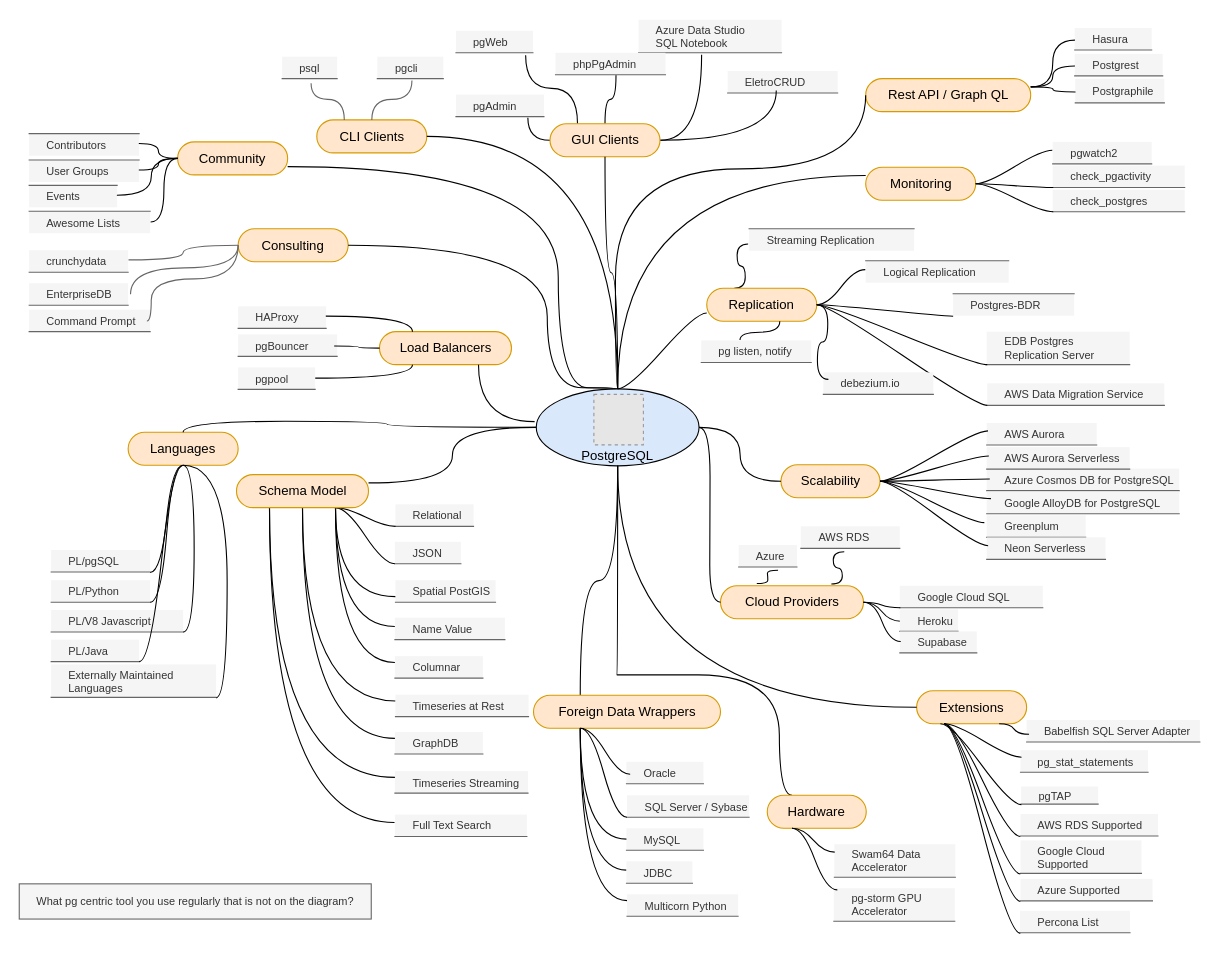
This is postgresql-ecosystem.drawio from EfficiencyGeek/postgresql-ecosystem, a draw.io file, before an edit. Source tidied: cells renumbered, new cells numbered last; positions are measured from the earlier drawing's top-left corner, leaving out a move shared by most shapes. Both pictures are drawn from the tidied source at 110%, with x=0, y=0 at pixel (19, 19). Pictures stored in the file or linked from it are replaced by grey dashed boxes.
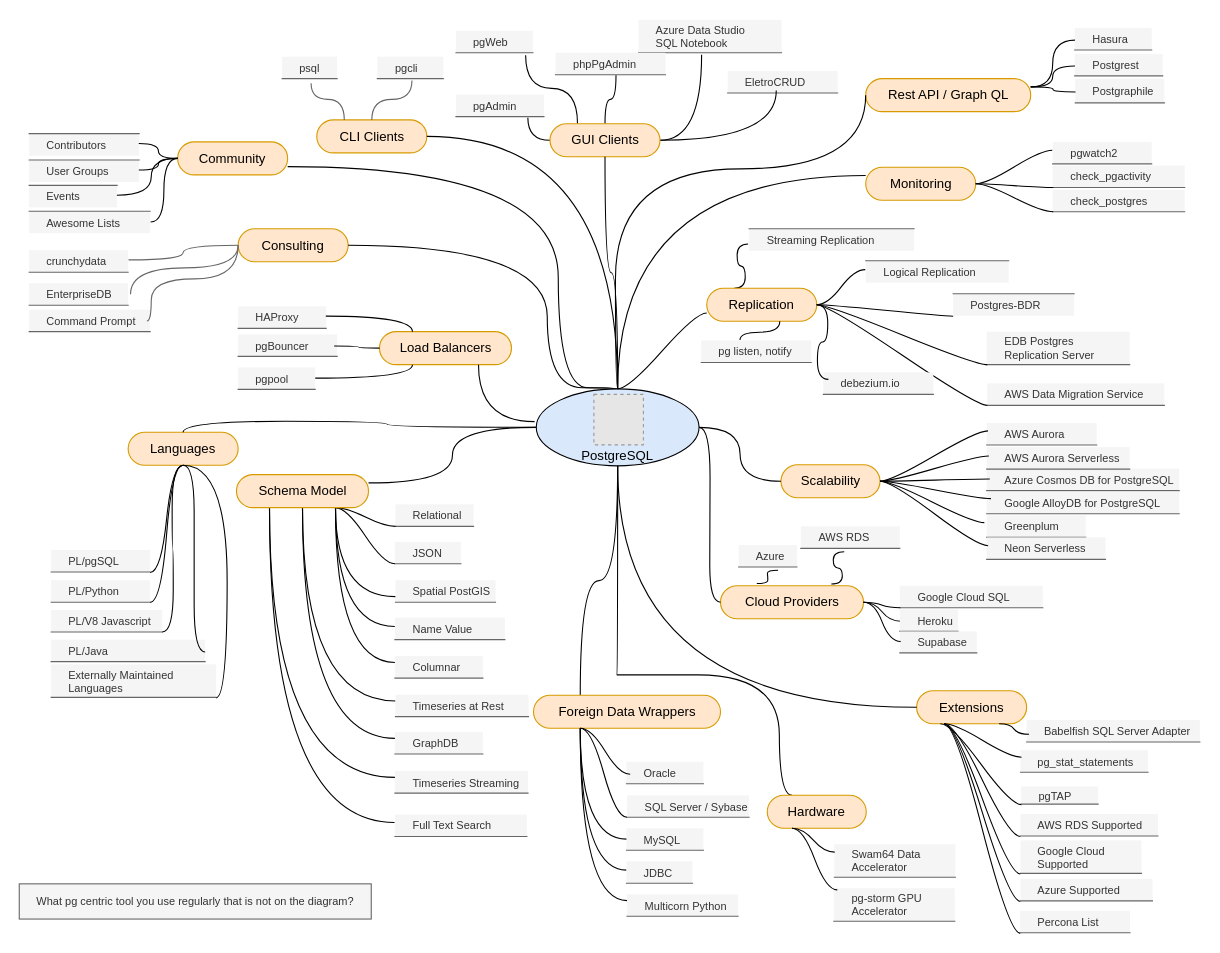
After the change.

Commit message:
fixed some overlapping line

Unchanged cells that the change refers to:
```xml
<mxCell id="34" value="Languages" style="whiteSpace=wrap;html=1;rounded=1;arcSize=50;align=center;verticalAlign=middle;strokeWidth=1;spacing=4;fillColor=#ffe6cc;strokeColor=#d79b00;" parent="1" vertex="1">
  <mxGeometry x="99" y="375.5" width="100" height="30" as="geometry" />
</mxCell>
```

Change to the diagram source:
```diff
@@
     <mxCell id="93" value="PL/V8 Javascript" style="whiteSpace=wrap;html=1;shape=partialRectangle;top=0;left=0;bottom=1;right=0;points=[[0,1],[1,1]];strokeColor=#666666;fillColor=#f5f5f5;align=left;verticalAlign=middle;routingCenterY=0.5;snapToPoint=1;fontColor=#333333;fontSize=10;spacingLeft=14;" parent="1" vertex="1">
-      <mxGeometry x="29" y="537" width="120" height="20" as="geometry" />
+      <mxGeometry x="29" y="537" width="101" height="20" as="geometry" />
     </mxCell>
@@
     <mxCell id="95" value="PL/Java" style="whiteSpace=wrap;html=1;shape=partialRectangle;top=0;left=0;bottom=1;right=0;points=[[0,1],[1,1]];strokeColor=#666666;fillColor=#f5f5f5;align=left;verticalAlign=middle;routingCenterY=0.5;snapToPoint=1;fontColor=#333333;fontSize=10;spacingLeft=14;" parent="1" vertex="1">
-      <mxGeometry x="29" y="564" width="80" height="20" as="geometry" />
+      <mxGeometry x="29" y="564" width="140" height="20" as="geometry" />
     </mxCell>
-    <mxCell id="96" style="edgeStyle=entityRelationEdgeStyle;startArrow=none;endArrow=none;segment=10;curved=1;exitX=0.5;exitY=1;exitDx=0;exitDy=0;" parent="1" edge="1" source="34" target="95">
+    <mxCell id="96" style="edgeStyle=entityRelationEdgeStyle;startArrow=none;endArrow=none;segment=10;curved=1;exitX=0.5;exitY=1;exitDx=0;exitDy=0;entryX=1;entryY=0.56;entryDx=0;entryDy=0;entryPerimeter=0;" parent="1" edge="1" source="34" target="95">
       <mxGeometry relative="1" as="geometry" />
     </mxCell>
```
